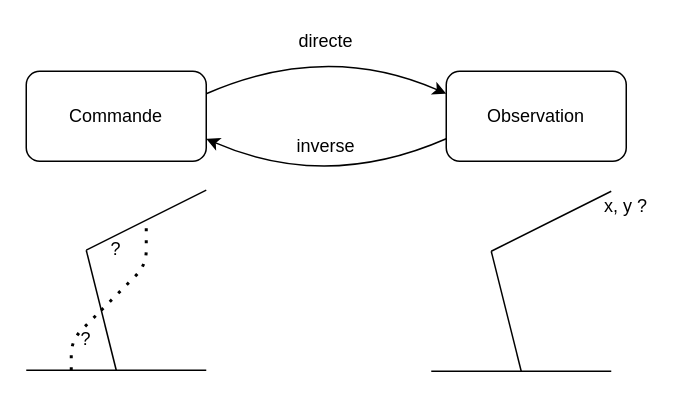
This is rapport/graphics/Modelisation_Diagram.drawio from lukyky414/Goal_Babling, a draw.io file, before an edit. Source tidied: cells renumbered, new cells numbered last; positions are measured from the earlier drawing's top-left corner, leaving out a move shared by most shapes. Both pictures are drawn from the tidied source at 150%, with x=0, y=0 at pixel (26, 26).
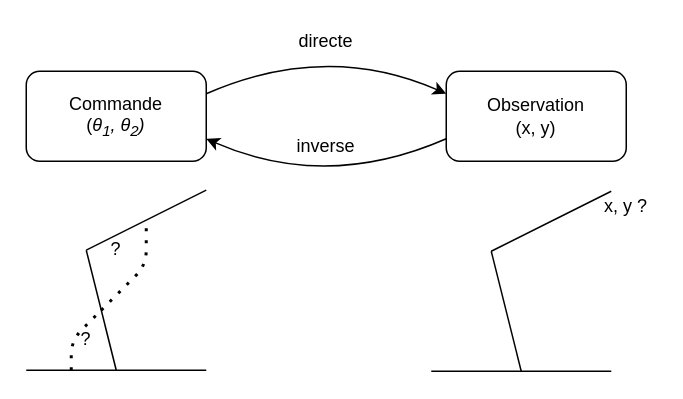
After the change.

Change to the diagram source:
```diff
@@
-    <mxCell id="2" value="Commande" style="rounded=1;whiteSpace=wrap;html=1;" parent="1" vertex="1">
+    <mxCell id="2" value="&lt;div&gt;Commande&lt;/div&gt;(&lt;i&gt;θ&lt;sub&gt;1&lt;/sub&gt;, &lt;/i&gt;&lt;i&gt;&lt;i&gt;θ&lt;sub&gt;2&lt;/sub&gt;)&lt;/i&gt;&lt;/i&gt;" style="rounded=1;whiteSpace=wrap;html=1;" parent="1" vertex="1">
       <mxGeometry y="30" width="120" height="60" as="geometry" />
     </mxCell>
-    <mxCell id="3" value="Observation" style="rounded=1;whiteSpace=wrap;html=1;" parent="1" vertex="1">
+    <mxCell id="3" value="&lt;div&gt;Observation&lt;/div&gt;(x, y)" style="rounded=1;whiteSpace=wrap;html=1;" parent="1" vertex="1">
       <mxGeometry x="280" y="30" width="120" height="60" as="geometry" />
     </mxCell>
```
